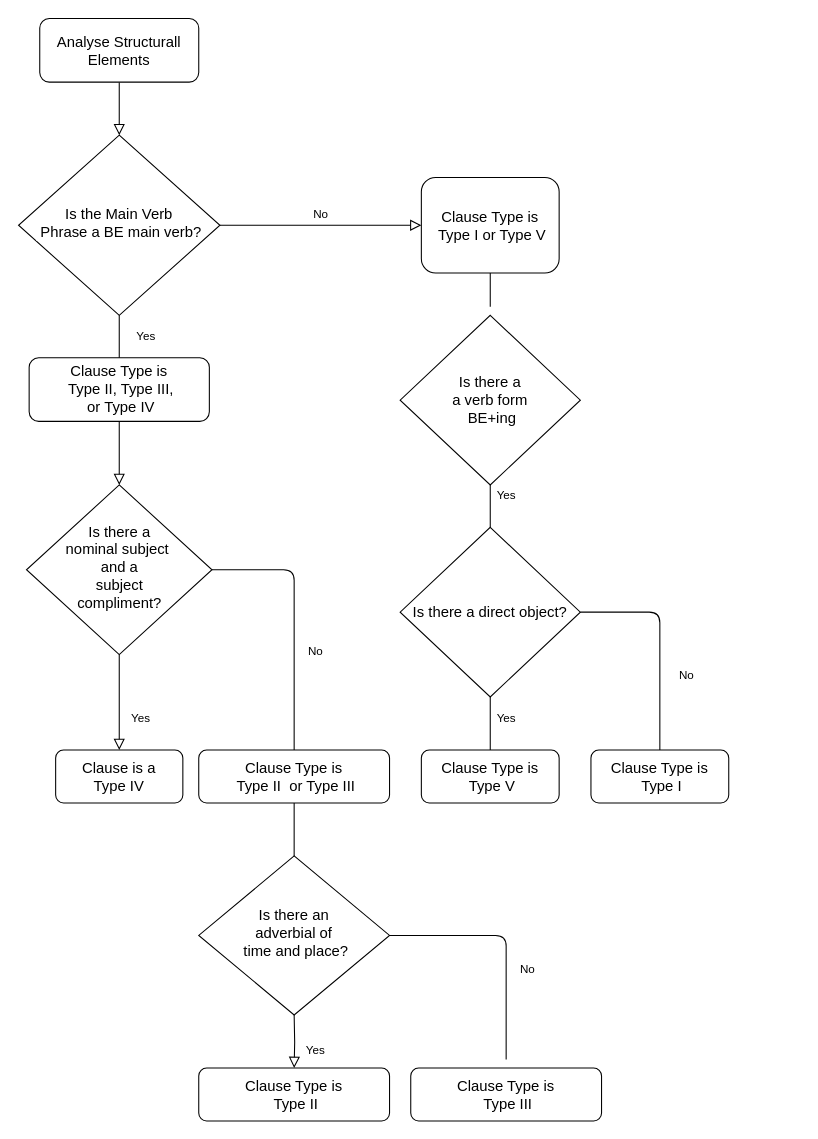
Earlier version of the draw.io diagram Resources/clause_identification_flowchart.drawio (johnosbb/NLP). Source tidied: cells renumbered, new cells numbered last; positions are measured from the earlier drawing's top-left corner, leaving out a move shared by most shapes. Both pictures are drawn from the tidied source at 106%, with x=0, y=0 at pixel (18, 18).
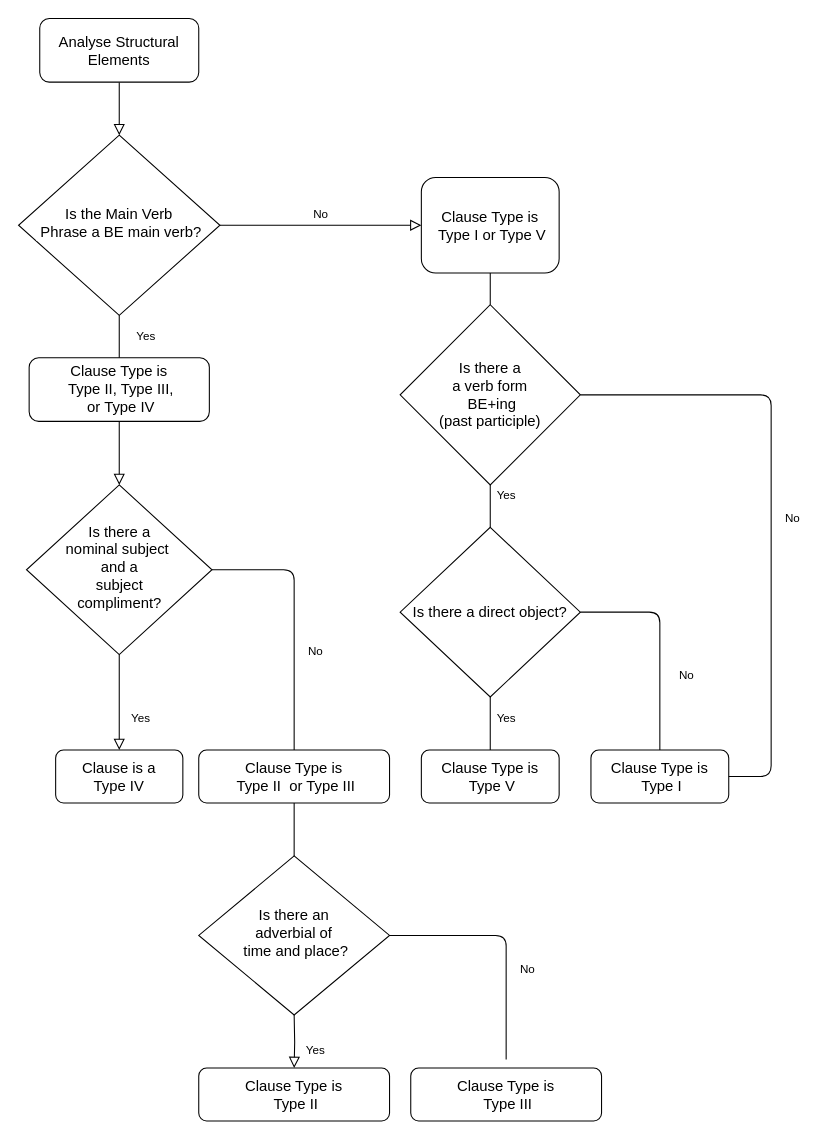
Above is the later version.

Unchanged cells that the change refers to:
```xml
<mxCell id="7" value="&lt;span style=&quot;font-family: &amp;#34;arial&amp;#34; , &amp;#34;helvetica&amp;#34; , sans-serif ; font-size: 14px ; text-align: left ; background-color: rgb(255 , 255 , 255)&quot;&gt;Clause Type is&lt;br&gt;&amp;nbsp;Type I or Type V&lt;/span&gt;" style="rounded=1;whiteSpace=wrap;html=1;fontSize=12;glass=0;strokeWidth=1;shadow=0;" parent="1" vertex="1">
  <mxGeometry x="380" y="150" width="130" height="90" as="geometry" />
</mxCell>
<mxCell id="21" value="&lt;span style=&quot;font-family: &amp;#34;arial&amp;#34; , &amp;#34;helvetica&amp;#34; , sans-serif ; font-size: 14px ; text-align: left ; background-color: rgb(255 , 255 , 255)&quot;&gt;Clause Type is&lt;br&gt;&amp;nbsp;Type I&lt;/span&gt;" style="rounded=1;whiteSpace=wrap;html=1;fontSize=12;glass=0;strokeWidth=1;shadow=0;" parent="1" vertex="1">
  <mxGeometry x="540" y="690" width="130" height="50" as="geometry" />
</mxCell>
```

The edit, as a diff of the source:
```diff
@@
-    <mxCell id="3" value="&lt;font style=&quot;font-size: 14px&quot;&gt;Analyse Structurall Elements&lt;/font&gt;" style="rounded=1;whiteSpace=wrap;html=1;fontSize=12;glass=0;strokeWidth=1;shadow=0;" parent="1" vertex="1">
+    <mxCell id="3" value="&lt;font style=&quot;font-size: 14px&quot;&gt;Analyse Structural Elements&lt;/font&gt;" style="rounded=1;whiteSpace=wrap;html=1;fontSize=12;glass=0;strokeWidth=1;shadow=0;" parent="1" vertex="1">
       <mxGeometry x="20" width="150" height="60" as="geometry" />
     </mxCell>
@@
-    <mxCell id="11" value="&lt;font style=&quot;font-size: 14px&quot;&gt;Is there a &lt;br&gt;a verb form&lt;br&gt;&amp;nbsp;BE+ing&lt;/font&gt;" style="rhombus;whiteSpace=wrap;html=1;hachureGap=4;" parent="1" vertex="1">
-      <mxGeometry x="360" y="280" width="170" height="160" as="geometry" />
+    <mxCell id="11" value="&lt;font style=&quot;font-size: 14px&quot;&gt;Is there a &lt;br&gt;a verb form&lt;br&gt;&amp;nbsp;BE+ing&lt;br&gt;(past participle)&lt;br&gt;&lt;/font&gt;" style="rhombus;whiteSpace=wrap;html=1;hachureGap=4;" parent="1" vertex="1">
+      <mxGeometry x="360" y="270" width="170" height="170" as="geometry" />
     </mxCell>
@@
-    <mxCell id="18" style="endArrow=none;html=1;startSize=14;endSize=14;sourcePerimeterSpacing=8;targetPerimeterSpacing=8;entryX=0.5;entryY=1;entryDx=0;entryDy=0;" parent="1" edge="1" source="11" target="7">
+    <mxCell id="18" style="endArrow=none;html=1;startSize=14;endSize=14;sourcePerimeterSpacing=8;targetPerimeterSpacing=8;entryX=0.5;entryY=1;entryDx=0;entryDy=0;exitX=0.5;exitY=0;exitDx=0;exitDy=0;" parent="1" edge="1" source="11" target="7">
       <mxGeometry relative="1" as="geometry" />
     </mxCell>
@@
+    <mxCell id="29" value="No" style="endArrow=none;html=1;startSize=14;endSize=14;sourcePerimeterSpacing=8;targetPerimeterSpacing=8;entryX=1;entryY=0.5;entryDx=0;entryDy=0;exitX=1;exitY=0.5;exitDx=0;exitDy=0;" parent="1" edge="1" source="21" target="11">
+      <mxGeometry x="-0.02" y="-20" relative="1" as="geometry">
+        <Array as="points">
+          <mxPoint x="710" y="715" />
+          <mxPoint x="710" y="355" />
+          <mxPoint x="600" y="355" />
+        </Array>
+      </mxGeometry>
+    </mxCell>
```
